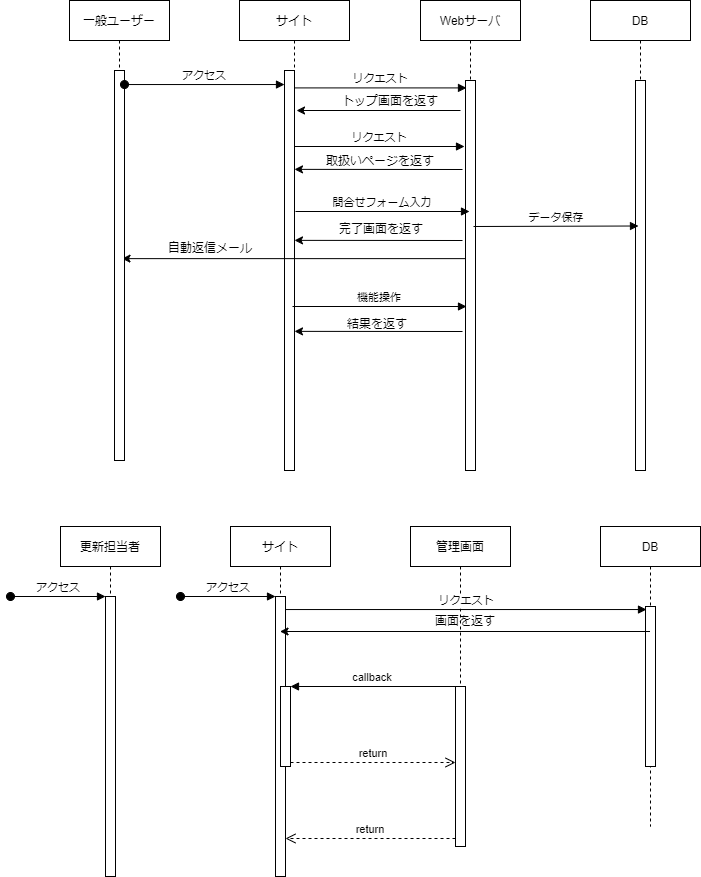
This is シーケンス図.drawio.png from buyodo/webgis-dev-doc, a draw.io export, as it was before one commit. Source tidied: cells renumbered, new cells last; positions are measured from the earlier drawing's top-left corner, leaving out a move shared by most shapes.
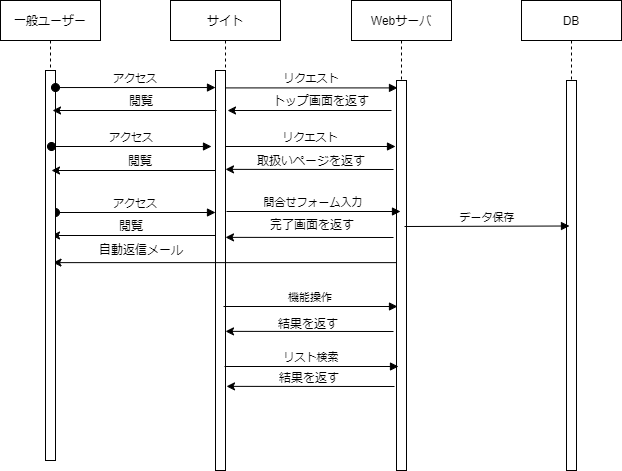
Later version of the same file.

Commit message:
シーケンス図.drawio.png を更新します

Change to the diagram source:
```diff
@@ -9,8 +9,20 @@
       <mxGeometry x="45" y="70" width="10" height="400" as="geometry" />
     </mxCell>
     <mxCell id="4" value="自動返信メール" style="text;html=1;strokeColor=none;fillColor=none;align=center;verticalAlign=middle;whiteSpace=wrap;rounded=0;" parent="2" vertex="1">
-      <mxGeometry x="-89" y="233" width="120" height="30" as="geometry" />
+      <mxGeometry x="-89" y="235" width="120" height="30" as="geometry" />
     </mxCell>
+    <mxCell id="43" value="アクセス" style="verticalAlign=bottom;startArrow=oval;endArrow=block;startSize=8;shadow=0;strokeWidth=1;exitX=1;exitY=0.036;exitDx=0;exitDy=0;exitPerimeter=0;" parent="2" edge="1">
+      <mxGeometry relative="1" as="geometry">
+        <mxPoint x="-115" y="212" as="sourcePoint" />
+        <mxPoint x="45" y="212" as="targetPoint" />
+      </mxGeometry>
+    </mxCell>
+    <mxCell id="44" style="endArrow=classic;html=1;rounded=0;" parent="2" edge="1">
+      <mxGeometry relative="1" as="geometry">
+        <mxPoint x="45" y="235" as="sourcePoint" />
+        <mxPoint x="-119" y="235" as="targetPoint" />
+      </mxGeometry>
+    </mxCell>
     <mxCell id="5" value="リクエスト" style="verticalAlign=bottom;endArrow=block;entryX=0.1;entryY=0.019;shadow=0;strokeWidth=1;entryDx=0;entryDy=0;entryPerimeter=0;" parent="1" edge="1" source="3" target="7">
       <mxGeometry relative="1" as="geometry" />
     </mxCell>
@@ -22,8 +34,8 @@
     </mxCell>
     <mxCell id="8" style="endArrow=classic;html=1;rounded=0;" parent="6" edge="1">
       <mxGeometry relative="1" as="geometry">
-        <mxPoint x="45" y="258.1" as="sourcePoint" />
-        <mxPoint x="-298.5" y="258.1" as="targetPoint" />
+        <mxPoint x="45" y="262.1" as="sourcePoint" />
+        <mxPoint x="-298.5" y="262.1" as="targetPoint" />
       </mxGeometry>
     </mxCell>
     <mxCell id="9" value="機能操作" style="verticalAlign=bottom;endArrow=block;shadow=0;strokeWidth=1;" parent="6" edge="1">
@@ -53,69 +65,20 @@
     <mxCell id="14" style="points=[];perimeter=orthogonalPerimeter;rounded=0;shadow=0;strokeWidth=1;" parent="13" vertex="1">
       <mxGeometry x="45" y="70" width="10" height="390" as="geometry" />
     </mxCell>
-    <mxCell id="15" value="サイト" style="shape=umlLifeline;perimeter=lifelinePerimeter;rounded=0;shadow=0;strokeWidth=1;" parent="1" vertex="1">
-      <mxGeometry x="220" y="526" width="100" height="350" as="geometry" />
-    </mxCell>
-    <mxCell id="16" style="points=[];perimeter=orthogonalPerimeter;rounded=0;shadow=0;strokeWidth=1;" parent="15" vertex="1">
-      <mxGeometry x="45" y="70" width="10" height="280" as="geometry" />
-    </mxCell>
-    <mxCell id="17" value="アクセス" style="verticalAlign=bottom;startArrow=oval;endArrow=block;startSize=8;shadow=0;strokeWidth=1;" parent="15" edge="1" target="16">
-      <mxGeometry relative="1" as="geometry">
-        <mxPoint x="-50" y="70" as="sourcePoint" />
-      </mxGeometry>
-    </mxCell>
-    <mxCell id="18" style="points=[];perimeter=orthogonalPerimeter;rounded=0;shadow=0;strokeWidth=1;" parent="15" vertex="1">
-      <mxGeometry x="50" y="160" width="10" height="80" as="geometry" />
-    </mxCell>
-    <mxCell id="19" value="管理画面" style="shape=umlLifeline;perimeter=lifelinePerimeter;rounded=0;shadow=0;strokeWidth=1;" parent="1" vertex="1">
-      <mxGeometry x="400" y="526" width="100" height="300" as="geometry" />
-    </mxCell>
-    <mxCell id="20" style="points=[];perimeter=orthogonalPerimeter;rounded=0;shadow=0;strokeWidth=1;" parent="19" vertex="1">
-      <mxGeometry x="45" y="160" width="10" height="160" as="geometry" />
-    </mxCell>
-    <mxCell id="21" value="画面を返す" style="text;html=1;strokeColor=none;fillColor=none;align=center;verticalAlign=middle;whiteSpace=wrap;rounded=0;" parent="19" vertex="1">
-      <mxGeometry x="20" y="80" width="70" height="30" as="geometry" />
-    </mxCell>
-    <mxCell id="22" value="return" style="verticalAlign=bottom;endArrow=open;dashed=1;endSize=8;exitX=0;exitY=0.95;shadow=0;strokeWidth=1;" parent="1" edge="1" source="20" target="16">
-      <mxGeometry relative="1" as="geometry" />
-    </mxCell>
-    <mxCell id="23" value="リクエスト" style="verticalAlign=bottom;endArrow=block;entryX=0.1;entryY=0.019;shadow=0;strokeWidth=1;entryDx=0;entryDy=0;entryPerimeter=0;" parent="1" edge="1" source="16" target="27">
-      <mxGeometry relative="1" as="geometry" />
-    </mxCell>
-    <mxCell id="24" value="callback" style="verticalAlign=bottom;endArrow=block;entryX=1;entryY=0;shadow=0;strokeWidth=1;" parent="1" edge="1" source="20" target="18">
-      <mxGeometry relative="1" as="geometry" />
-    </mxCell>
-    <mxCell id="25" value="return" style="verticalAlign=bottom;endArrow=open;dashed=1;endSize=8;exitX=1;exitY=0.95;shadow=0;strokeWidth=1;" parent="1" edge="1" source="18" target="20">
-      <mxGeometry relative="1" as="geometry" />
-    </mxCell>
-    <mxCell id="26" value="DB" style="shape=umlLifeline;perimeter=lifelinePerimeter;rounded=0;shadow=0;strokeWidth=1;" parent="1" vertex="1">
-      <mxGeometry x="590" y="526" width="100" height="300" as="geometry" />
-    </mxCell>
-    <mxCell id="27" style="points=[];perimeter=orthogonalPerimeter;rounded=0;shadow=0;strokeWidth=1;" parent="26" vertex="1">
-      <mxGeometry x="45" y="80" width="10" height="160" as="geometry" />
-    </mxCell>
-    <mxCell id="28" style="endArrow=classic;html=1;rounded=0;" parent="1" edge="1">
-      <mxGeometry relative="1" as="geometry">
-        <mxPoint x="639.5" y="631" as="sourcePoint" />
-        <mxPoint x="269.5" y="631" as="targetPoint" />
-      </mxGeometry>
-    </mxCell>
-    <mxCell id="29" value="更新担当者" style="shape=umlLifeline;perimeter=lifelinePerimeter;rounded=0;shadow=0;strokeWidth=1;" parent="1" vertex="1">
-      <mxGeometry x="50" y="526" width="100" height="350" as="geometry" />
-    </mxCell>
-    <mxCell id="30" style="points=[];perimeter=orthogonalPerimeter;rounded=0;shadow=0;strokeWidth=1;" parent="29" vertex="1">
-      <mxGeometry x="45" y="70" width="10" height="280" as="geometry" />
-    </mxCell>
-    <mxCell id="31" value="アクセス" style="verticalAlign=bottom;startArrow=oval;endArrow=block;startSize=8;shadow=0;strokeWidth=1;" parent="29" edge="1" target="30">
-      <mxGeometry relative="1" as="geometry">
-        <mxPoint x="-50" y="70" as="sourcePoint" />
-      </mxGeometry>
-    </mxCell>
+    <mxCell id="45" style="endArrow=classic;html=1;rounded=0;" parent="13" edge="1">
+      <mxGeometry relative="1" as="geometry">
+        <mxPoint x="216" y="110" as="sourcePoint" />
+        <mxPoint x="52" y="110" as="targetPoint" />
+      </mxGeometry>
+    </mxCell>
     <mxCell id="32" value="トップ画面を返す" style="text;html=1;strokeColor=none;fillColor=none;align=center;verticalAlign=middle;whiteSpace=wrap;rounded=0;" parent="1" vertex="1">
       <mxGeometry x="320" y="86" width="120" height="30" as="geometry" />
     </mxCell>
-    <mxCell id="33" value="アクセス" style="verticalAlign=bottom;startArrow=oval;endArrow=block;startSize=8;shadow=0;strokeWidth=1;exitX=1;exitY=0.036;exitDx=0;exitDy=0;exitPerimeter=0;" parent="1" edge="1" source="14" target="3">
-      <mxGeometry relative="1" as="geometry" />
+    <mxCell id="33" value="アクセス" style="verticalAlign=bottom;startArrow=oval;endArrow=block;startSize=8;shadow=0;strokeWidth=1;exitX=1;exitY=0.036;exitDx=0;exitDy=0;exitPerimeter=0;" parent="1" edge="1">
+      <mxGeometry relative="1" as="geometry">
+        <mxPoint x="114" y="87" as="sourcePoint" />
+        <mxPoint x="274" y="87" as="targetPoint" />
+      </mxGeometry>
     </mxCell>
     <mxCell id="34" value="リクエスト" style="verticalAlign=bottom;endArrow=block;shadow=0;strokeWidth=1;" parent="1" edge="1">
       <mxGeometry relative="1" as="geometry">
@@ -152,12 +115,48 @@
     </mxCell>
     <mxCell id="41" style="endArrow=classic;html=1;rounded=0;" parent="1" edge="1">
       <mxGeometry relative="1" as="geometry">
-        <mxPoint x="452" y="240" as="sourcePoint" />
-        <mxPoint x="284" y="239.9" as="targetPoint" />
+        <mxPoint x="452" y="237" as="sourcePoint" />
+        <mxPoint x="284" y="236.9" as="targetPoint" />
       </mxGeometry>
     </mxCell>
     <mxCell id="42" value="完了画面を返す" style="text;html=1;strokeColor=none;fillColor=none;align=center;verticalAlign=middle;whiteSpace=wrap;rounded=0;" parent="1" vertex="1">
-      <mxGeometry x="310" y="214" width="122" height="30.5" as="geometry" />
+      <mxGeometry x="310" y="210" width="122" height="30.5" as="geometry" />
     </mxCell>
+    <mxCell id="46" value="リスト検索" style="verticalAlign=bottom;endArrow=block;shadow=0;strokeWidth=1;" parent="1" edge="1">
+      <mxGeometry relative="1" as="geometry">
+        <mxPoint x="283" y="366" as="sourcePoint" />
+        <mxPoint x="457" y="366" as="targetPoint" />
+      </mxGeometry>
+    </mxCell>
+    <mxCell id="47" style="endArrow=classic;html=1;rounded=0;" parent="1" edge="1">
+      <mxGeometry relative="1" as="geometry">
+        <mxPoint x="453" y="386" as="sourcePoint" />
+        <mxPoint x="285" y="385.9" as="targetPoint" />
+      </mxGeometry>
+    </mxCell>
+    <mxCell id="48" value="結果を返す" style="text;html=1;strokeColor=none;fillColor=none;align=center;verticalAlign=middle;whiteSpace=wrap;rounded=0;" parent="1" vertex="1">
+      <mxGeometry x="307" y="363" width="122" height="30.5" as="geometry" />
+    </mxCell>
+    <mxCell id="49" value="閲覧" style="text;html=1;strokeColor=none;fillColor=none;align=center;verticalAlign=middle;whiteSpace=wrap;rounded=0;" parent="1" vertex="1">
+      <mxGeometry x="140" y="86" width="120" height="30" as="geometry" />
+    </mxCell>
+    <mxCell id="50" style="endArrow=classic;html=1;rounded=0;" parent="1" edge="1">
+      <mxGeometry relative="1" as="geometry">
+        <mxPoint x="274" y="170" as="sourcePoint" />
+        <mxPoint x="110" y="170" as="targetPoint" />
+      </mxGeometry>
+    </mxCell>
+    <mxCell id="51" value="閲覧" style="text;html=1;strokeColor=none;fillColor=none;align=center;verticalAlign=middle;whiteSpace=wrap;rounded=0;" parent="1" vertex="1">
+      <mxGeometry x="139" y="146" width="120" height="30" as="geometry" />
+    </mxCell>
+    <mxCell id="52" value="アクセス" style="verticalAlign=bottom;startArrow=oval;endArrow=block;startSize=8;shadow=0;strokeWidth=1;exitX=1;exitY=0.036;exitDx=0;exitDy=0;exitPerimeter=0;" parent="1" edge="1">
+      <mxGeometry relative="1" as="geometry">
+        <mxPoint x="110" y="146" as="sourcePoint" />
+        <mxPoint x="270" y="146" as="targetPoint" />
+      </mxGeometry>
+    </mxCell>
+    <mxCell id="53" value="閲覧" style="text;html=1;strokeColor=none;fillColor=none;align=center;verticalAlign=middle;whiteSpace=wrap;rounded=0;" parent="1" vertex="1">
+      <mxGeometry x="130" y="210.5" width="120" height="30" as="geometry" />
+    </mxCell>
   </root>
 </mxGraphModel>
```
